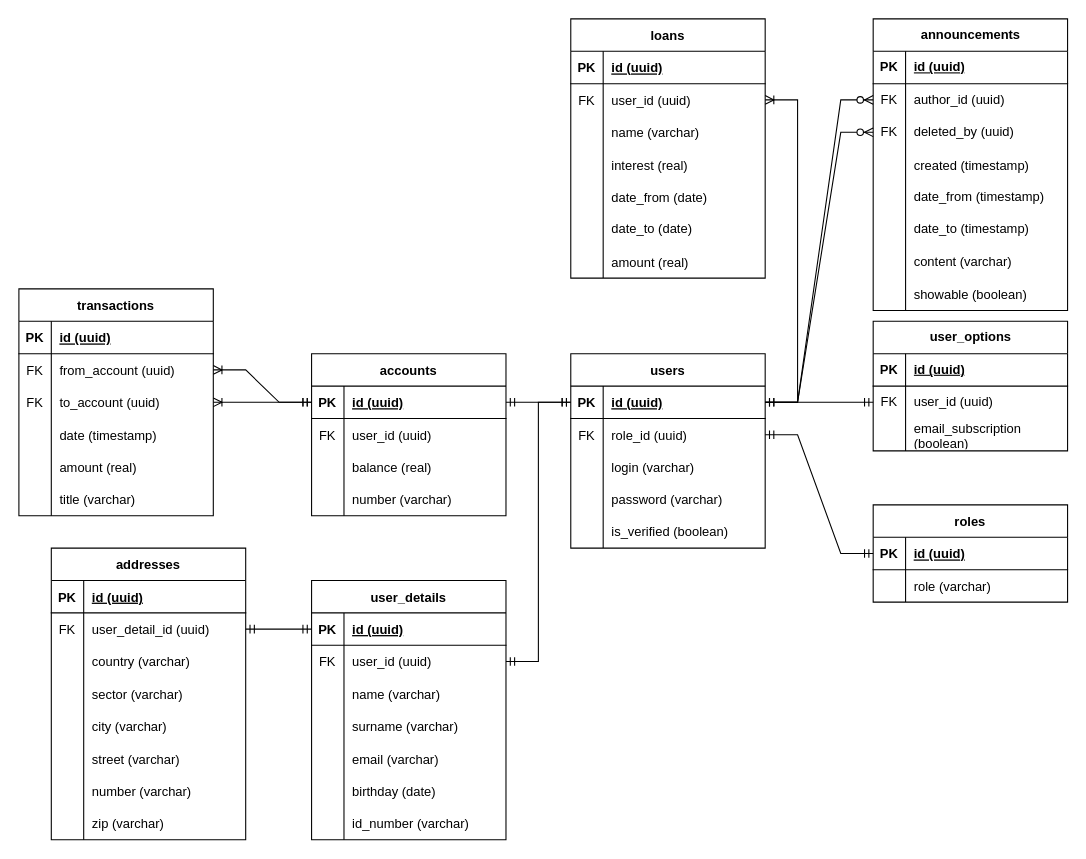
Before: bank database.drawio in Wadowski-Mateusz/bankApp, a draw.io diagram. Source tidied: cells renumbered, new cells numbered last; positions are measured from the earlier drawing's top-left corner, leaving out a move shared by most shapes. Both pictures are drawn from the tidied source at 108%, with x=0, y=0 at pixel (18, 18).
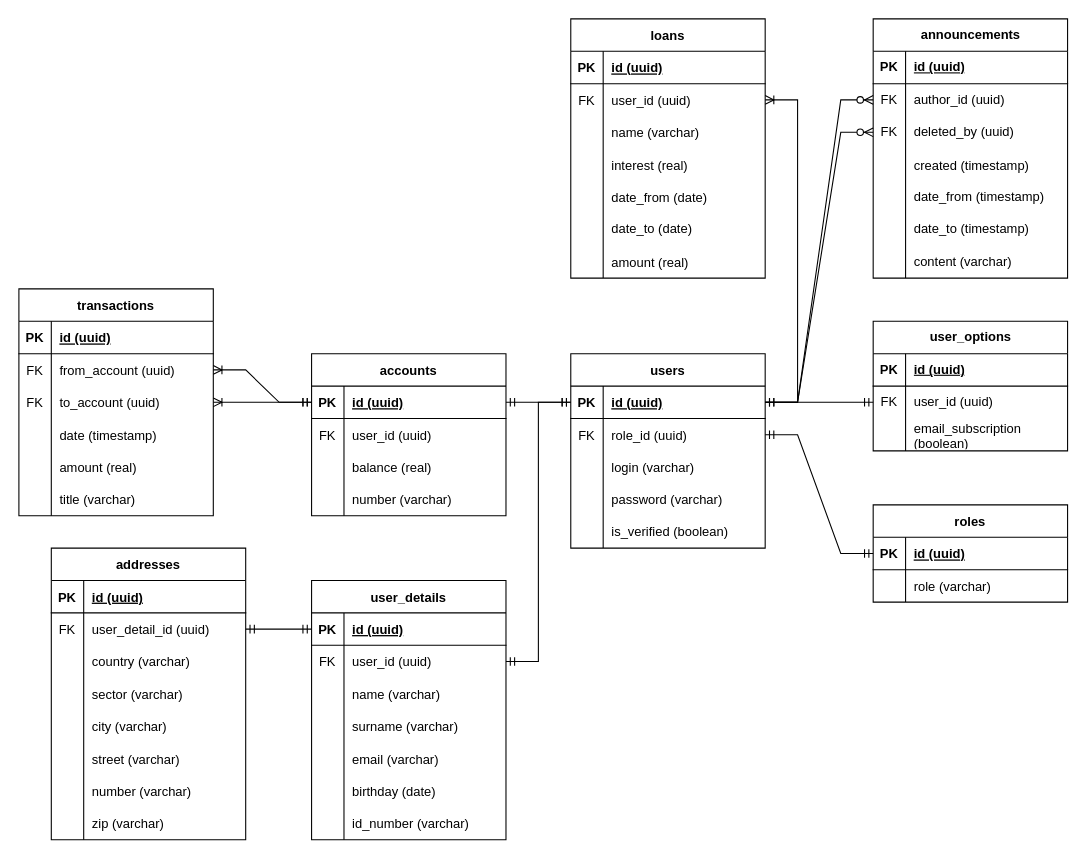
The same page after the edit.

Change to the diagram source:
```diff
@@
     <mxCell id="137" value="announcements" style="shape=table;startSize=30;childLayout=tableLayout;rowLines=0;fontStyle=1;align=center;html=1;" parent="1" vertex="1">
-      <mxGeometry x="791" width="180" height="270" as="geometry" />
+      <mxGeometry x="791" width="180" height="240" as="geometry" />
     </mxCell>
@@
-    <mxCell id="159" style="shape=tableRow;horizontal=0;startSize=0;swimlaneHead=0;swimlaneBody=0;fillColor=none;top=0;left=0;right=0;bottom=0;" parent="137" vertex="1">
-      <mxGeometry y="240" width="180" height="30" as="geometry" />
-    </mxCell>
-    <mxCell id="160" style="shape=partialRectangle;fillColor=none;top=0;left=0;bottom=0;right=0;overflow=hidden;" parent="159" vertex="1">
-      <mxGeometry width="30" height="30" as="geometry" />
-    </mxCell>
-    <mxCell id="161" value="showable (boolean)" style="shape=partialRectangle;fillColor=none;top=0;left=0;bottom=0;right=0;align=left;spacingLeft=6;overflow=hidden;" parent="159" vertex="1">
-      <mxGeometry x="30" width="150" height="30" as="geometry" />
-    </mxCell>
```
